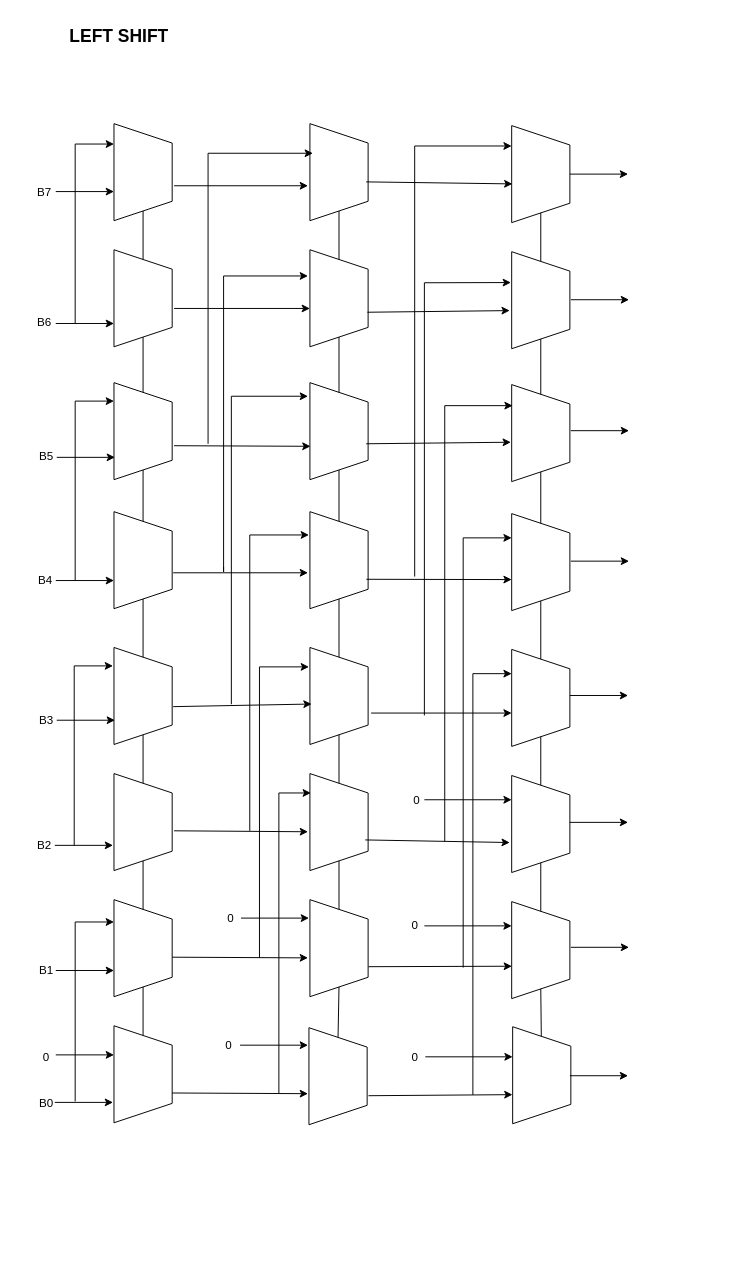
Shihara1020/CO224-Building_Processor keeps this draw.io diagram as part5/DIAGRAM/Left_Shift.drawio. Above is the earlier version. Source tidied: cells renumbered, new cells numbered last; positions are measured from the earlier drawing's top-left corner, leaving out a move shared by most shapes. Both pictures are drawn from the tidied source at 97%, with x=0, y=0 at pixel (24, 16).
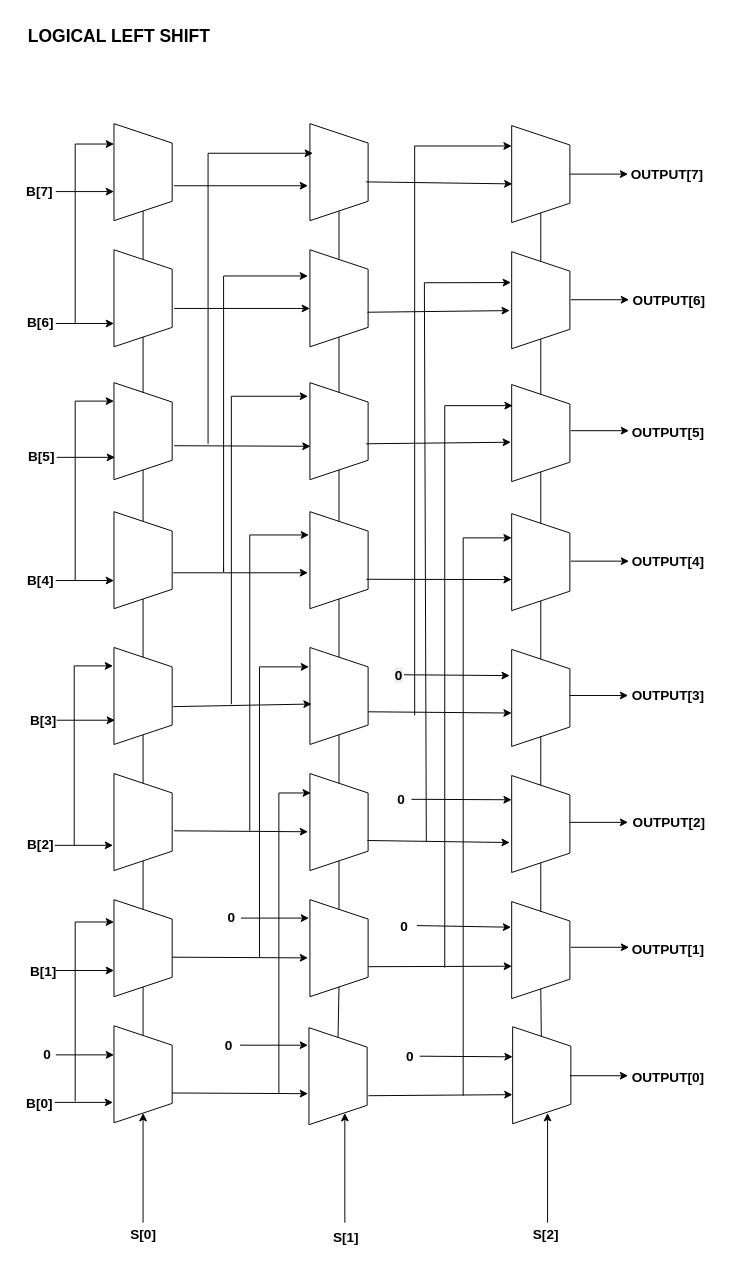
The same page after the edit.

Unchanged cells that the change refers to:
```xml
<mxCell id="14" style="shape=trapezoid;perimeter=trapezoidPerimeter;whiteSpace=wrap;html=1;fixedSize=1;direction=south;" parent="1" vertex="1">
  <mxGeometry x="294" y="650" width="60" height="100" as="geometry" />
</mxCell>
<mxCell id="15" style="shape=trapezoid;perimeter=trapezoidPerimeter;whiteSpace=wrap;html=1;fixedSize=1;direction=south;" parent="1" vertex="1">
  <mxGeometry x="294" y="780" width="60" height="100" as="geometry" />
</mxCell>
<mxCell id="18" style="shape=trapezoid;perimeter=trapezoidPerimeter;whiteSpace=wrap;html=1;fixedSize=1;direction=south;" parent="1" vertex="1">
  <mxGeometry x="502" y="242" width="60" height="100" as="geometry" />
</mxCell>
<mxCell id="20" style="shape=trapezoid;perimeter=trapezoidPerimeter;whiteSpace=wrap;html=1;fixedSize=1;direction=south;" parent="1" vertex="1">
  <mxGeometry x="502" y="512" width="60" height="100" as="geometry" />
</mxCell>
<mxCell id="21" style="shape=trapezoid;perimeter=trapezoidPerimeter;whiteSpace=wrap;html=1;fixedSize=1;direction=south;" parent="1" vertex="1">
  <mxGeometry x="502" y="652" width="60" height="100" as="geometry" />
</mxCell>
<mxCell id="22" style="shape=trapezoid;perimeter=trapezoidPerimeter;whiteSpace=wrap;html=1;fixedSize=1;direction=south;" parent="1" vertex="1">
  <mxGeometry x="502" y="782" width="60" height="100" as="geometry" />
</mxCell>
<mxCell id="23" style="shape=trapezoid;perimeter=trapezoidPerimeter;whiteSpace=wrap;html=1;fixedSize=1;direction=south;" parent="1" vertex="1">
  <mxGeometry x="502" y="912" width="60" height="100" as="geometry" />
</mxCell>
<mxCell id="38" style="shape=trapezoid;perimeter=trapezoidPerimeter;whiteSpace=wrap;html=1;fixedSize=1;direction=south;" parent="1" vertex="1">
  <mxGeometry x="92" y="1040" width="60" height="100" as="geometry" />
</mxCell>
```

The edit, as a diff of the source:
```diff
@@
-    <mxCell id="3" value="&lt;font style=&quot;font-size: 18px;&quot;&gt;&lt;b&gt;LEFT SHIFT&lt;/b&gt;&lt;/font&gt;" style="text;html=1;align=center;verticalAlign=middle;strokeColor=none;fillColor=none;" parent="1" vertex="1">
-      <mxGeometry x="32" width="130" height="40" as="geometry" />
+    <mxCell id="3" value="&lt;font style=&quot;font-size: 18px;&quot;&gt;&lt;b&gt;LOGICAL LEFT SHIFT&lt;/b&gt;&lt;/font&gt;" style="text;html=1;align=center;verticalAlign=middle;strokeColor=none;fillColor=none;" parent="1" vertex="1">
+      <mxGeometry x="-6" y="3" width="206" height="34" as="geometry" />
     </mxCell>
@@
-    <mxCell id="31" value="B7" style="text;html=1;align=center;verticalAlign=middle;strokeColor=none;fillColor=none;" parent="1" vertex="1">
-      <mxGeometry y="166" width="40" height="30" as="geometry" />
+    <mxCell id="31" value="&lt;font style=&quot;font-size: 14px;&quot;&gt;&lt;b&gt;B[7]&lt;/b&gt;&lt;/font&gt;" style="text;html=1;align=center;verticalAlign=middle;strokeColor=none;fillColor=none;" parent="1" vertex="1">
+      <mxGeometry x="-8" y="165" width="45" height="29" as="geometry" />
     </mxCell>
-    <mxCell id="32" value="B6" style="text;html=1;align=center;verticalAlign=middle;strokeColor=none;fillColor=none;" parent="1" vertex="1">
-      <mxGeometry y="300" width="40" height="30" as="geometry" />
+    <mxCell id="32" value="&lt;font style=&quot;font-size: 14px;&quot;&gt;&lt;b&gt;B[6]&lt;/b&gt;&lt;/font&gt;" style="text;html=1;align=center;verticalAlign=middle;strokeColor=none;fillColor=none;" parent="1" vertex="1">
+      <mxGeometry x="-7" y="300" width="45" height="29" as="geometry" />
     </mxCell>
-    <mxCell id="33" value="B5" style="text;html=1;align=center;verticalAlign=middle;strokeColor=none;fillColor=none;" parent="1" vertex="1">
-      <mxGeometry x="2" y="438" width="40" height="30" as="geometry" />
+    <mxCell id="33" value="&lt;font style=&quot;font-size: 14px;&quot;&gt;&lt;b&gt;B[5]&lt;/b&gt;&lt;/font&gt;" style="text;html=1;align=center;verticalAlign=middle;strokeColor=none;fillColor=none;" parent="1" vertex="1">
+      <mxGeometry x="-6" y="438" width="45" height="29" as="geometry" />
     </mxCell>
-    <mxCell id="34" value="B4" style="text;html=1;align=center;verticalAlign=middle;strokeColor=none;fillColor=none;" parent="1" vertex="1">
-      <mxGeometry x="1" y="566" width="40" height="30" as="geometry" />
+    <mxCell id="34" value="&lt;font style=&quot;font-size: 14px;&quot;&gt;&lt;b&gt;B[4]&lt;/b&gt;&lt;/font&gt;" style="text;html=1;align=center;verticalAlign=middle;strokeColor=none;fillColor=none;" parent="1" vertex="1">
+      <mxGeometry x="-7" y="566" width="45" height="29" as="geometry" />
     </mxCell>
-    <mxCell id="35" value="B3" style="text;html=1;align=center;verticalAlign=middle;strokeColor=none;fillColor=none;" parent="1" vertex="1">
-      <mxGeometry x="2" y="710" width="40" height="30" as="geometry" />
+    <mxCell id="35" value="&lt;b&gt;&lt;font style=&quot;font-size: 14px;&quot;&gt;B[3]&lt;/font&gt;&lt;/b&gt;" style="text;html=1;align=center;verticalAlign=middle;strokeColor=none;fillColor=none;" parent="1" vertex="1">
+      <mxGeometry x="-4" y="710" width="45" height="29" as="geometry" />
     </mxCell>
-    <mxCell id="36" value="B2" style="text;html=1;align=center;verticalAlign=middle;strokeColor=none;fillColor=none;" parent="1" vertex="1">
-      <mxGeometry y="839" width="40" height="30" as="geometry" />
+    <mxCell id="36" value="&lt;font style=&quot;font-size: 14px;&quot;&gt;&lt;b&gt;B[2]&lt;/b&gt;&lt;/font&gt;" style="text;html=1;align=center;verticalAlign=middle;strokeColor=none;fillColor=none;" parent="1" vertex="1">
+      <mxGeometry x="-7" y="838" width="45" height="29" as="geometry" />
     </mxCell>
-    <mxCell id="37" value="B1" style="text;html=1;align=center;verticalAlign=middle;strokeColor=none;fillColor=none;" parent="1" vertex="1">
-      <mxGeometry x="2" y="968" width="40" height="30" as="geometry" />
+    <mxCell id="37" value="&lt;font style=&quot;font-size: 14px;&quot;&gt;&lt;b&gt;B[1]&lt;/b&gt;&lt;/font&gt;" style="text;html=1;align=center;verticalAlign=middle;strokeColor=none;fillColor=none;" parent="1" vertex="1">
+      <mxGeometry x="-4" y="969" width="45" height="29" as="geometry" />
     </mxCell>
@@
-    <mxCell id="42" value="B0" style="text;html=1;align=center;verticalAlign=middle;strokeColor=none;fillColor=none;" parent="1" vertex="1">
-      <mxGeometry x="2" y="1105" width="40" height="30" as="geometry" />
+    <mxCell id="42" value="&lt;b&gt;&lt;font style=&quot;font-size: 14px;&quot;&gt;B[0]&lt;/font&gt;&lt;/b&gt;" style="text;html=1;align=center;verticalAlign=middle;strokeColor=none;fillColor=none;" parent="1" vertex="1">
+      <mxGeometry x="-8" y="1105" width="45" height="29" as="geometry" />
     </mxCell>
@@
-    <mxCell id="48" value="0" style="text;html=1;align=center;verticalAlign=middle;strokeColor=none;fillColor=none;" parent="1" vertex="1">
-      <mxGeometry x="7" y="1058" width="30" height="30" as="geometry" />
+    <mxCell id="48" value="&lt;font style=&quot;font-size: 14px;&quot;&gt;&lt;b&gt;0&lt;/b&gt;&lt;/font&gt;" style="text;html=1;align=center;verticalAlign=middle;strokeColor=none;fillColor=none;" parent="1" vertex="1">
+      <mxGeometry x="10" y="1055" width="26" height="29" as="geometry" />
     </mxCell>
@@
-    <mxCell id="86" value="0" style="text;html=1;align=center;verticalAlign=middle;strokeColor=none;fillColor=none;" parent="1" vertex="1">
-      <mxGeometry x="195" y="1045" width="30" height="30" as="geometry" />
+    <mxCell id="86" value="&lt;font style=&quot;font-size: 14px;&quot;&gt;&lt;b&gt;0&lt;/b&gt;&lt;/font&gt;" style="text;html=1;align=center;verticalAlign=middle;strokeColor=none;fillColor=none;" parent="1" vertex="1">
+      <mxGeometry x="197" y="1045" width="26" height="29" as="geometry" />
     </mxCell>
-    <mxCell id="87" value="0" style="text;html=1;align=center;verticalAlign=middle;strokeColor=none;fillColor=none;" parent="1" vertex="1">
-      <mxGeometry x="197" y="914" width="30" height="30" as="geometry" />
+    <mxCell id="87" value="&lt;font style=&quot;font-size: 14px;&quot;&gt;&lt;b&gt;0&lt;/b&gt;&lt;/font&gt;" style="text;html=1;align=center;verticalAlign=middle;strokeColor=none;fillColor=none;" parent="1" vertex="1">
+      <mxGeometry x="200" y="914" width="26" height="29" as="geometry" />
     </mxCell>
@@
-    <mxCell id="92" style="endArrow=classic;html=1;rounded=0;exitX=0.676;exitY=-0.052;exitDx=0;exitDy=0;exitPerimeter=0;entryX=0.656;entryY=1;entryDx=0;entryDy=0;entryPerimeter=0;" parent="1" edge="1" source="14" target="21">
+    <mxCell id="92" style="endArrow=classic;html=1;rounded=0;exitX=0.663;exitY=-0.003;exitDx=0;exitDy=0;exitPerimeter=0;entryX=0.656;entryY=1;entryDx=0;entryDy=0;entryPerimeter=0;" parent="1" edge="1" source="14" target="21">
       <mxGeometry relative="1" as="geometry" />
     </mxCell>
-    <mxCell id="93" style="endArrow=classic;html=1;rounded=0;exitX=0.684;exitY=0.049;exitDx=0;exitDy=0;exitPerimeter=0;entryX=0.691;entryY=1.033;entryDx=0;entryDy=0;entryPerimeter=0;" parent="1" edge="1" source="15" target="22">
+    <mxCell id="93" style="endArrow=classic;html=1;rounded=0;entryX=0.691;entryY=1.033;entryDx=0;entryDy=0;entryPerimeter=0;exitX=0.69;exitY=0.012;exitDx=0;exitDy=0;exitPerimeter=0;" parent="1" edge="1" source="15" target="22">
       <mxGeometry relative="1" as="geometry" />
     </mxCell>
@@
     <mxCell id="104" style="endArrow=classic;html=1;rounded=0;entryX=0.25;entryY=1;entryDx=0;entryDy=0;" parent="1" edge="1">
       <mxGeometry relative="1" as="geometry">
-        <mxPoint x="402" y="576.9" as="sourcePoint" />
+        <mxPoint x="402" y="720" as="sourcePoint" />
         <mxPoint x="502" y="133" as="targetPoint" />
         <Array as="points">
           <mxPoint x="402" y="133" />
         </Array>
       </mxGeometry>
     </mxCell>
     <mxCell id="105" style="endArrow=classic;html=1;rounded=0;entryX=0.318;entryY=1.013;entryDx=0;entryDy=0;entryPerimeter=0;" parent="1" edge="1" target="18">
       <mxGeometry relative="1" as="geometry">
-        <mxPoint x="412" y="720" as="sourcePoint" />
+        <mxPoint x="414" y="850" as="sourcePoint" />
         <Array as="points">
           <mxPoint x="412" y="274" />
         </Array>
       </mxGeometry>
     </mxCell>
     <mxCell id="106" style="endArrow=classic;html=1;rounded=0;entryX=0.25;entryY=1;entryDx=0;entryDy=0;" parent="1" edge="1">
       <mxGeometry relative="1" as="geometry">
-        <mxPoint x="433" y="850" as="sourcePoint" />
+        <mxPoint x="433" y="980" as="sourcePoint" />
         <mxPoint x="503" y="400.7" as="targetPoint" />
         <Array as="points">
           <mxPoint x="433" y="400.7" />
         </Array>
       </mxGeometry>
     </mxCell>
     <mxCell id="107" style="endArrow=classic;html=1;rounded=0;entryX=0.25;entryY=1;entryDx=0;entryDy=0;" parent="1" edge="1" target="20">
       <mxGeometry relative="1" as="geometry">
-        <mxPoint x="452" y="980" as="sourcePoint" />
+        <mxPoint x="452" y="1112" as="sourcePoint" />
         <Array as="points">
           <mxPoint x="452" y="537" />
         </Array>
       </mxGeometry>
     </mxCell>
-    <mxCell id="108" style="endArrow=classic;html=1;rounded=0;entryX=0.25;entryY=1;entryDx=0;entryDy=0;" parent="1" edge="1" target="21">
-      <mxGeometry relative="1" as="geometry">
-        <mxPoint x="462" y="1111.2" as="sourcePoint" />
-        <Array as="points">
-          <mxPoint x="462" y="677" />
-        </Array>
-      </mxGeometry>
-    </mxCell>
-    <mxCell id="109" style="endArrow=classic;html=1;rounded=0;entryX=0.25;entryY=1;entryDx=0;entryDy=0;" parent="1" edge="1" target="22">
-      <mxGeometry relative="1" as="geometry">
-        <mxPoint x="412" y="807" as="sourcePoint" />
-      </mxGeometry>
+    <mxCell id="109" style="endArrow=classic;html=1;rounded=0;entryX=0.25;entryY=1;entryDx=0;entryDy=0;exitX=0.912;exitY=0.501;exitDx=0;exitDy=0;exitPerimeter=0;" parent="1" edge="1" source="112" target="22">
+      <mxGeometry relative="1" as="geometry" />
     </mxCell>
-    <mxCell id="110" style="endArrow=classic;html=1;rounded=0;entryX=0.25;entryY=1;entryDx=0;entryDy=0;" parent="1" edge="1" target="23">
-      <mxGeometry relative="1" as="geometry">
-        <mxPoint x="412" y="937" as="sourcePoint" />
-      </mxGeometry>
+    <mxCell id="110" style="endArrow=classic;html=1;rounded=0;entryX=0.264;entryY=1.01;entryDx=0;entryDy=0;entryPerimeter=0;exitX=1.012;exitY=0.473;exitDx=0;exitDy=0;exitPerimeter=0;" parent="1" edge="1" source="113" target="23">
+      <mxGeometry relative="1" as="geometry" />
     </mxCell>
-    <mxCell id="111" style="endArrow=classic;html=1;rounded=0;entryX=0.25;entryY=1;entryDx=0;entryDy=0;" parent="1" edge="1">
+    <mxCell id="111" style="endArrow=classic;html=1;rounded=0;entryX=0.25;entryY=1;entryDx=0;entryDy=0;exitX=0.887;exitY=0.495;exitDx=0;exitDy=0;exitPerimeter=0;" parent="1" edge="1" source="114">
       <mxGeometry relative="1" as="geometry">
-        <mxPoint x="413" y="1072" as="sourcePoint" />
         <mxPoint x="503" y="1072" as="targetPoint" />
       </mxGeometry>
     </mxCell>
-    <mxCell id="112" value="0" style="text;html=1;align=center;verticalAlign=middle;points=[];strokeColor=none;fillColor=none;" parent="1" vertex="1">
-      <mxGeometry x="389" y="793" width="30" height="30" as="geometry" />
+    <mxCell id="112" value="&lt;font style=&quot;font-size: 14px;&quot;&gt;&lt;b&gt;0&lt;/b&gt;&lt;/font&gt;" style="text;html=1;align=center;verticalAlign=middle;points=[];strokeColor=none;fillColor=none;" parent="1" vertex="1">
+      <mxGeometry x="375" y="792" width="26" height="29" as="geometry" />
     </mxCell>
-    <mxCell id="113" value="0" style="text;html=1;align=center;verticalAlign=middle;points=[];strokeColor=none;fillColor=none;" parent="1" vertex="1">
-      <mxGeometry x="387" y="922" width="30" height="30" as="geometry" />
+    <mxCell id="113" value="&lt;b&gt;&lt;font style=&quot;font-size: 14px;&quot;&gt;0&lt;/font&gt;&lt;/b&gt;" style="text;html=1;align=center;verticalAlign=middle;points=[];strokeColor=none;fillColor=none;" parent="1" vertex="1">
+      <mxGeometry x="378" y="923" width="26" height="29" as="geometry" />
     </mxCell>
-    <mxCell id="114" value="0" style="text;html=1;align=center;verticalAlign=middle;points=[];strokeColor=none;fillColor=none;" parent="1" vertex="1">
-      <mxGeometry x="387" y="1058" width="30" height="30" as="geometry" />
+    <mxCell id="114" value="&lt;font style=&quot;font-size: 14px;&quot;&gt;&lt;b&gt;0&lt;/b&gt;&lt;/font&gt;" style="text;html=1;align=center;verticalAlign=middle;points=[];strokeColor=none;fillColor=none;" parent="1" vertex="1">
+      <mxGeometry x="384" y="1057" width="26" height="29" as="geometry" />
     </mxCell>
+    <mxCell id="115" style="endArrow=classic;html=1;rounded=0;entryX=1;entryY=0.5;entryDx=0;entryDy=0;" parent="1" edge="1" target="38">
+      <mxGeometry relative="1" as="geometry">
+        <mxPoint x="122" y="1243" as="sourcePoint" />
+      </mxGeometry>
+    </mxCell>
+    <mxCell id="116" style="endArrow=classic;html=1;rounded=0;entryX=1;entryY=0.5;entryDx=0;entryDy=0;" parent="1" edge="1">
+      <mxGeometry relative="1" as="geometry">
+        <mxPoint x="330" y="1243" as="sourcePoint" />
+        <mxPoint x="330" y="1130" as="targetPoint" />
+      </mxGeometry>
+    </mxCell>
+    <mxCell id="117" style="endArrow=classic;html=1;rounded=0;entryX=1;entryY=0.5;entryDx=0;entryDy=0;" parent="1" edge="1">
+      <mxGeometry relative="1" as="geometry">
+        <mxPoint x="539" y="1243" as="sourcePoint" />
+        <mxPoint x="539" y="1130" as="targetPoint" />
+      </mxGeometry>
+    </mxCell>
+    <mxCell id="118" value="&lt;b&gt;&lt;font style=&quot;font-size: 14px;&quot;&gt;OUTPUT[7]&lt;/font&gt;&lt;/b&gt;" style="text;html=1;align=center;verticalAlign=middle;strokeColor=none;fillColor=none;" parent="1" vertex="1">
+      <mxGeometry x="615" y="148" width="93" height="29" as="geometry" />
+    </mxCell>
+    <mxCell id="119" value="&lt;font style=&quot;font-size: 14px;&quot;&gt;&lt;b&gt;OUTPUT[6]&lt;/b&gt;&lt;/font&gt;" style="text;html=1;align=center;verticalAlign=middle;strokeColor=none;fillColor=none;" parent="1" vertex="1">
+      <mxGeometry x="617" y="277" width="93" height="29" as="geometry" />
+    </mxCell>
+    <mxCell id="120" value="&lt;b&gt;&lt;font style=&quot;font-size: 14px;&quot;&gt;OUTPUT[5]&lt;/font&gt;&lt;/b&gt;" style="text;html=1;align=center;verticalAlign=middle;strokeColor=none;fillColor=none;" parent="1" vertex="1">
+      <mxGeometry x="616" y="413" width="93" height="29" as="geometry" />
+    </mxCell>
+    <mxCell id="121" value="&lt;b&gt;&lt;font style=&quot;font-size: 14px;&quot;&gt;OUTPUT[4]&lt;/font&gt;&lt;/b&gt;" style="text;html=1;align=center;verticalAlign=middle;strokeColor=none;fillColor=none;" parent="1" vertex="1">
+      <mxGeometry x="616" y="547" width="93" height="29" as="geometry" />
+    </mxCell>
+    <mxCell id="122" value="&lt;b&gt;&lt;font style=&quot;font-size: 14px;&quot;&gt;OUTPUT[2]&lt;/font&gt;&lt;/b&gt;" style="text;html=1;align=center;verticalAlign=middle;strokeColor=none;fillColor=none;" parent="1" vertex="1">
+      <mxGeometry x="617" y="816" width="93" height="29" as="geometry" />
+    </mxCell>
+    <mxCell id="123" value="&lt;b&gt;&lt;font style=&quot;font-size: 14px;&quot;&gt;OUTPUT[1]&lt;/font&gt;&lt;/b&gt;" style="text;html=1;align=center;verticalAlign=middle;strokeColor=none;fillColor=none;" parent="1" vertex="1">
+      <mxGeometry x="616" y="946" width="93" height="29" as="geometry" />
+    </mxCell>
+    <mxCell id="124" value="&lt;b&gt;&lt;font style=&quot;font-size: 14px;&quot;&gt;OUTPUT[0]&lt;/font&gt;&lt;/b&gt;" style="text;html=1;align=center;verticalAlign=middle;strokeColor=none;fillColor=none;" parent="1" vertex="1">
+      <mxGeometry x="616" y="1078" width="93" height="29" as="geometry" />
+    </mxCell>
+    <mxCell id="125" value="&lt;b&gt;&lt;font style=&quot;font-size: 14px;&quot;&gt;S[0]&lt;/font&gt;&lt;/b&gt;" style="text;html=1;align=center;verticalAlign=middle;strokeColor=none;fillColor=none;" parent="1" vertex="1">
+      <mxGeometry x="100" y="1240" width="44" height="29" as="geometry" />
+    </mxCell>
+    <mxCell id="126" value="&lt;font style=&quot;font-size: 14px;&quot;&gt;&lt;b&gt;S[1]&lt;/b&gt;&lt;/font&gt;" style="text;html=1;align=center;verticalAlign=middle;strokeColor=none;fillColor=none;" parent="1" vertex="1">
+      <mxGeometry x="309" y="1243" width="44" height="29" as="geometry" />
+    </mxCell>
+    <mxCell id="127" value="&lt;font style=&quot;font-size: 14px;&quot;&gt;&lt;b&gt;S[2]&lt;/b&gt;&lt;/font&gt;" style="text;html=1;align=center;verticalAlign=middle;strokeColor=none;fillColor=none;" parent="1" vertex="1">
+      <mxGeometry x="515" y="1240" width="44" height="29" as="geometry" />
+    </mxCell>
+    <mxCell id="128" value="&lt;b&gt;&lt;font style=&quot;font-size: 14px;&quot;&gt;OUTPUT[3]&lt;/font&gt;&lt;/b&gt;" style="text;html=1;align=center;verticalAlign=middle;strokeColor=none;fillColor=none;" parent="1" vertex="1">
+      <mxGeometry x="616" y="685" width="93" height="29" as="geometry" />
+    </mxCell>
+    <mxCell id="129" style="endArrow=classic;html=1;rounded=0;exitX=1;exitY=0.5;exitDx=0;exitDy=0;" parent="1" edge="1" source="130">
+      <mxGeometry relative="1" as="geometry">
+        <mxPoint x="500" y="679" as="targetPoint" />
+      </mxGeometry>
+    </mxCell>
+    <mxCell id="130" value="&lt;b style=&quot;forced-color-adjust: none; color: rgb(0, 0, 0); font-family: Helvetica; font-size: 14px; font-style: normal; font-variant-ligatures: normal; font-variant-caps: normal; letter-spacing: normal; orphans: 2; text-align: center; text-indent: 0px; text-transform: none; widows: 2; word-spacing: 0px; -webkit-text-stroke-width: 0px; white-space: nowrap; background-color: rgb(236, 236, 236); text-decoration-thickness: initial; text-decoration-style: initial; text-decoration-color: initial;&quot;&gt;0&lt;/b&gt;" style="text;whiteSpace=wrap;html=1;" parent="1" vertex="1">
+      <mxGeometry x="379.7" y="664.3" width="11.3" height="27.7" as="geometry" />
+    </mxCell>
```
